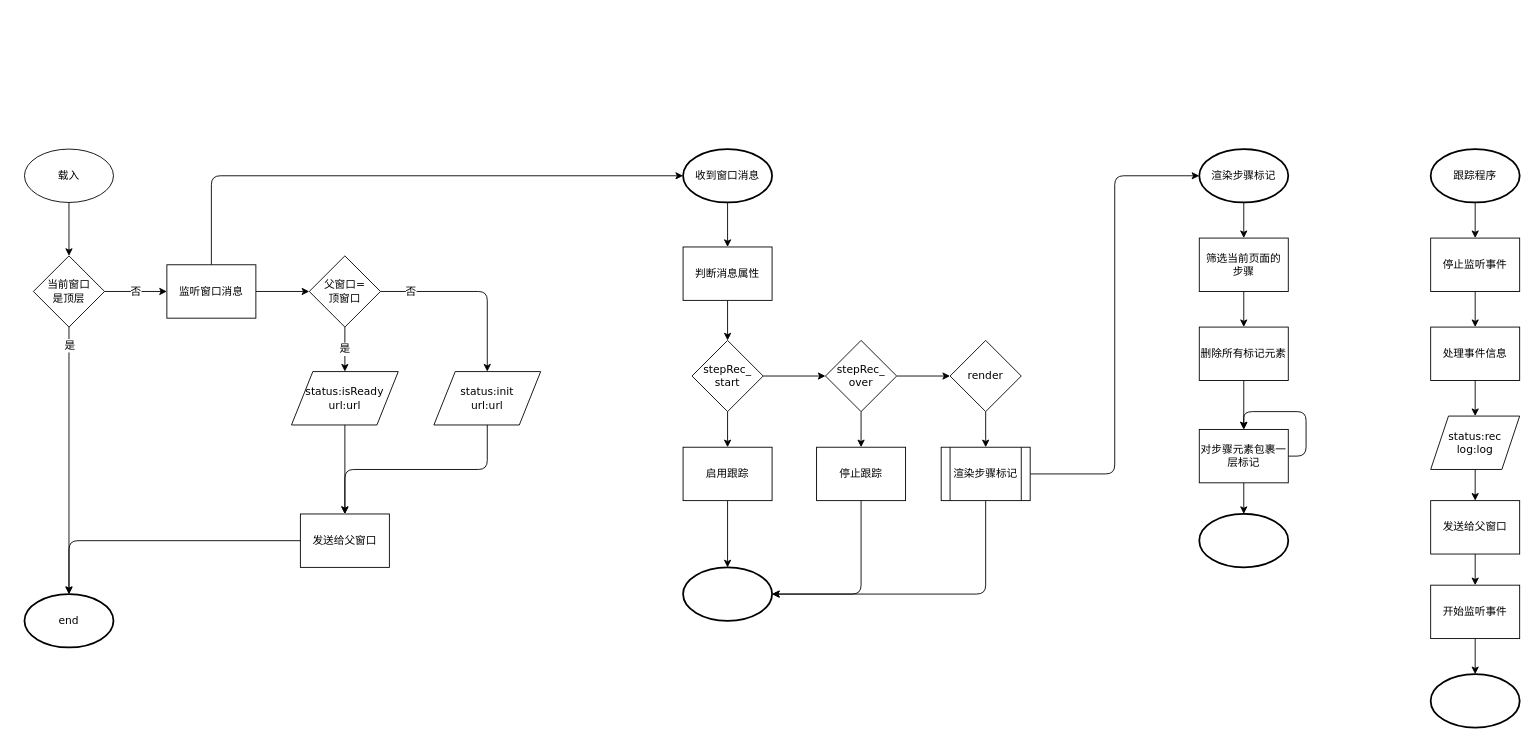
This is page "monitor.js的副本" (5 of 9) of design/sodar_design.drawio from onlyzlc/prototester, a draw.io file, before an edit. Source tidied: cells renumbered, new cells numbered last; positions are measured from the earlier drawing's top-left corner, leaving out a move shared by most shapes. Both pictures are drawn from the tidied source at 89%, with x=0, y=0 at pixel (24, 149).
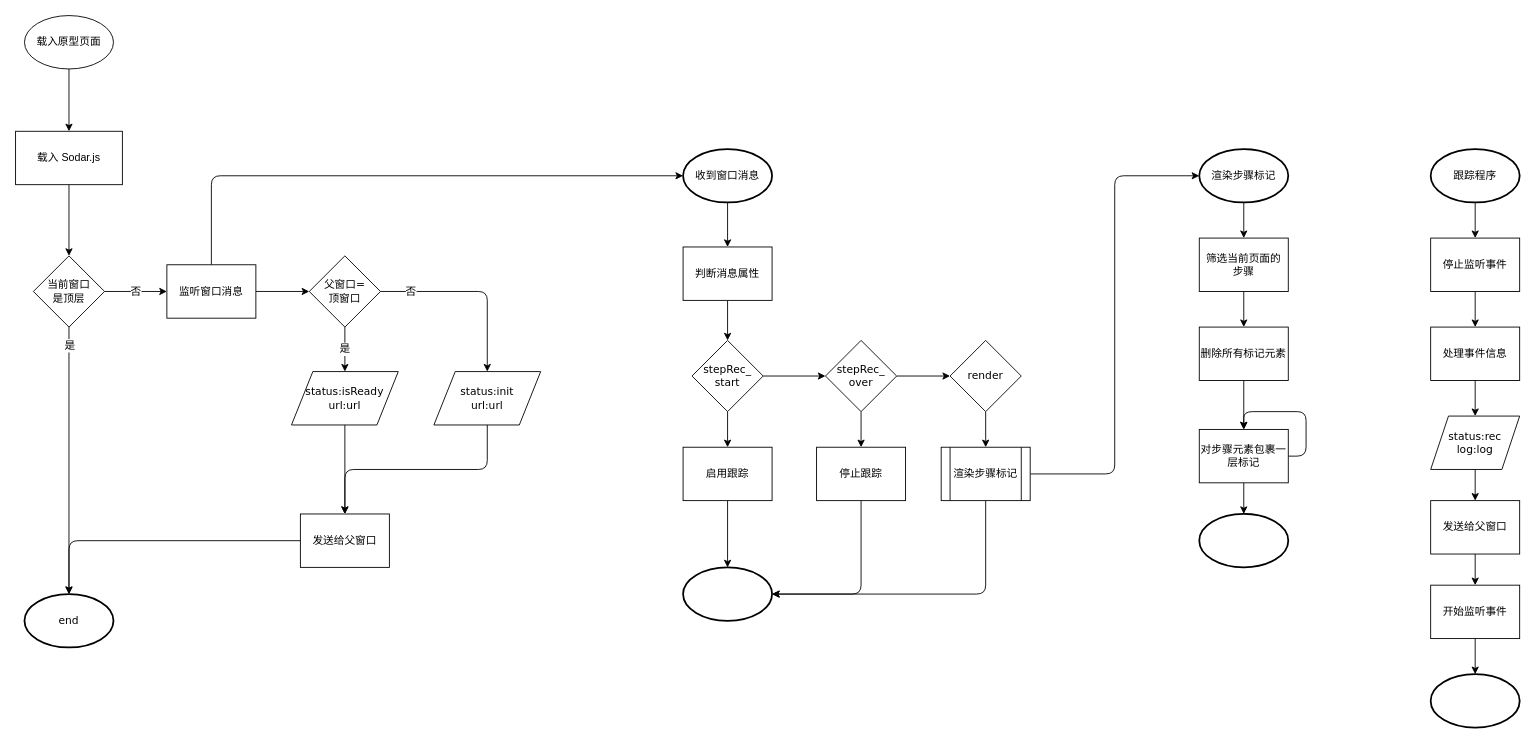
Above is the later version.

Unchanged cells that the change refers to:
```xml
<mxCell id="6" value="当前窗口&lt;br&gt;是顶层" style="rhombus;whiteSpace=wrap;html=1;rounded=0;shadow=0;strokeWidth=1;fontFamily=Verdana;" parent="1" vertex="1">
  <mxGeometry x="10" y="120" width="80" height="80" as="geometry" />
</mxCell>
```

The edit, as a diff of the source:
```diff
@@
-    <mxCell id="2" value="载入" style="strokeWidth=1;html=1;shape=mxgraph.flowchart.start_1;whiteSpace=wrap;shadow=0;fontFamily=Verdana;fontSize=12;fontColor=#000000;align=center;strokeColor=#000000;fillColor=#ffffff;" parent="1" vertex="1">
-      <mxGeometry width="100" height="60" as="geometry" />
+    <mxCell id="2" value="载入原型页面" style="strokeWidth=1;html=1;shape=mxgraph.flowchart.start_1;whiteSpace=wrap;shadow=0;fontFamily=Verdana;fontSize=12;fontColor=#000000;align=center;strokeColor=#000000;fillColor=#ffffff;" parent="1" vertex="1">
+      <mxGeometry y="-150" width="100" height="60" as="geometry" />
     </mxCell>
@@
-    <mxCell id="12" style="edgeStyle=orthogonalEdgeStyle;rounded=1;jettySize=auto;html=1;exitX=0.5;exitY=1;exitDx=0;exitDy=0;entryX=0.5;entryY=0;entryDx=0;entryDy=0;fontFamily=Verdana;fontSize=12;" parent="1" edge="1" source="2" target="6">
+    <mxCell id="12" style="edgeStyle=orthogonalEdgeStyle;rounded=1;jettySize=auto;html=1;exitX=0.5;exitY=1;exitDx=0;exitDy=0;entryX=0.5;entryY=0;entryDx=0;entryDy=0;fontFamily=Verdana;fontSize=12;" parent="1" edge="1" source="65" target="6">
       <mxGeometry relative="1" as="geometry" />
     </mxCell>
@@
+    <mxCell id="65" value="载入 Sodar.js" style="rounded=0;whiteSpace=wrap;html=1;" parent="1" vertex="1">
+      <mxGeometry x="-10" y="-20" width="120" height="60" as="geometry" />
+    </mxCell>
+    <mxCell id="66" style="edgeStyle=orthogonalEdgeStyle;rounded=1;jettySize=auto;html=1;exitX=0.5;exitY=1;exitDx=0;exitDy=0;entryX=0.5;entryY=0;entryDx=0;entryDy=0;fontFamily=Verdana;fontSize=12;" parent="1" edge="1" source="2" target="65">
+      <mxGeometry relative="1" as="geometry" />
+    </mxCell>
```
